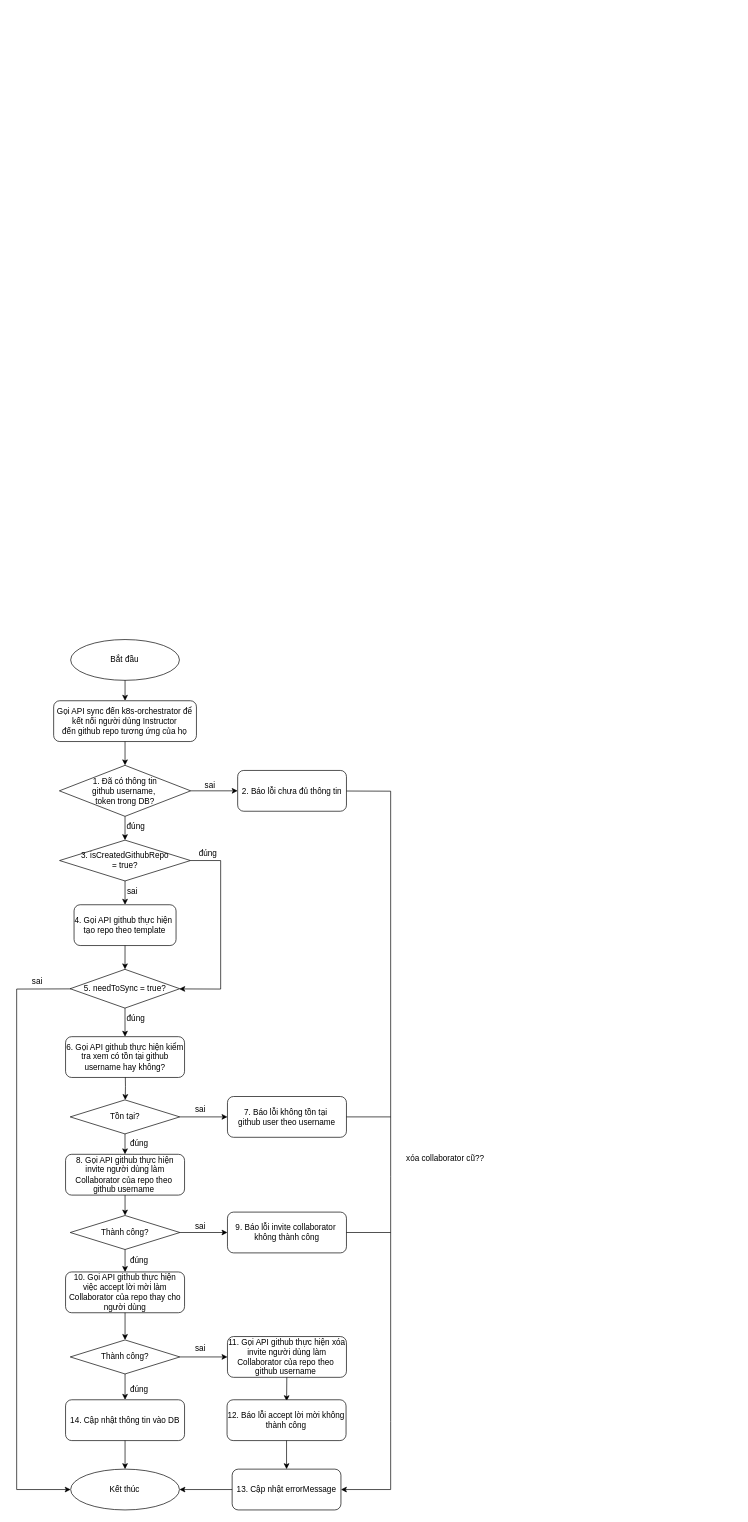
This is page "connect github repo" (6 of 7) of K8SCloudNut.drawio from hiep1097/drawio, a draw.io file, before an edit. Source tidied: cells renumbered, new cells numbered last; positions are measured from the earlier drawing's top-left corner, leaving out a move shared by most shapes. Both pictures are drawn from the tidied source at 68%, with x=0, y=0 at pixel (16, 639).
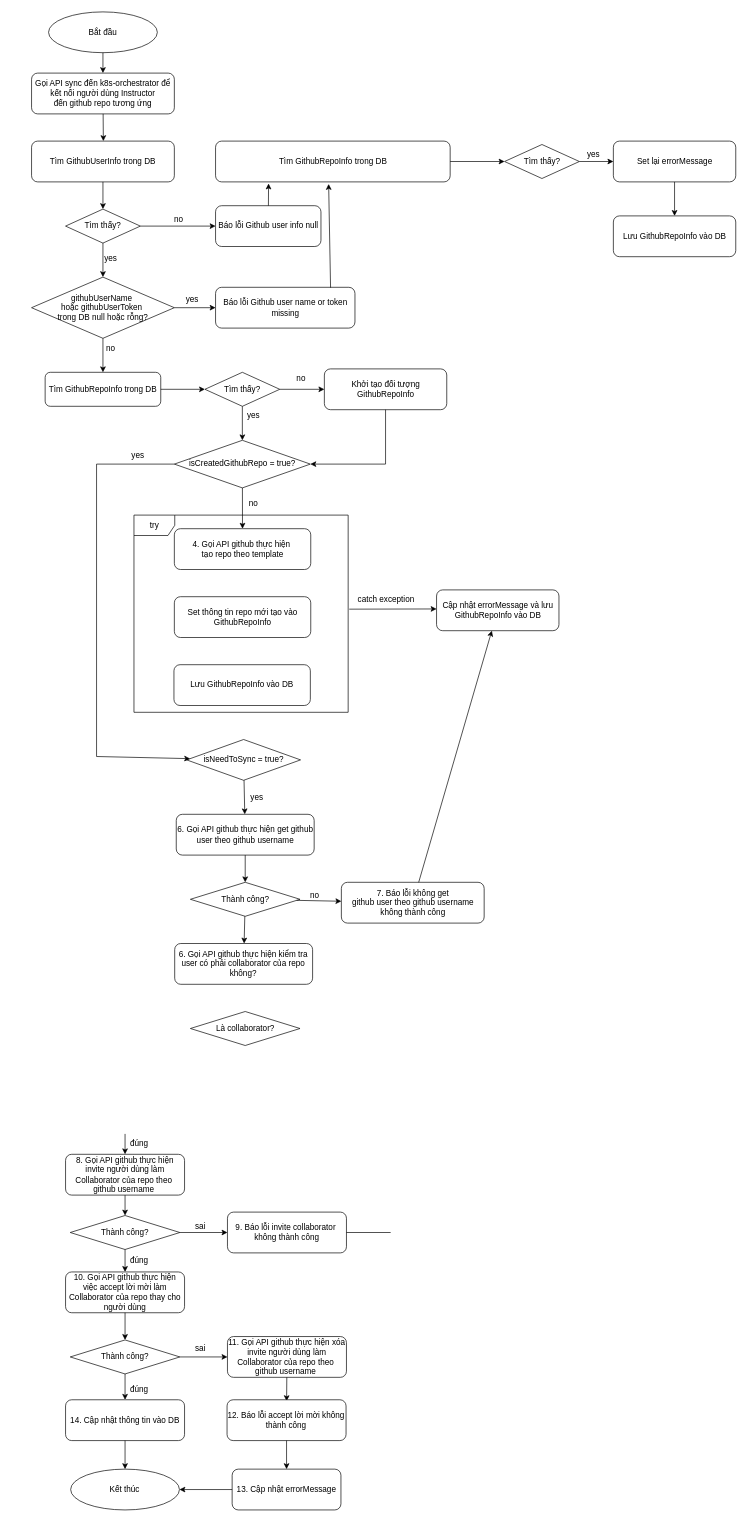
After the change.

Commit message:
Cập nhật K8SCloudNut.drawio

The change refers to these unchanged cells:
```xml
<mxCell id="13" value="8. Gọi API github thực hiện invite người dùng làm Collaborator của repo theo&amp;nbsp;&lt;div&gt;github username&amp;nbsp;&lt;/div&gt;" style="rounded=1;whiteSpace=wrap;html=1;" parent="1" vertex="1">
  <mxGeometry x="71.9" y="757" width="175" height="60" as="geometry" />
</mxCell>
<mxCell id="15" value="Kết thúc" style="ellipse;whiteSpace=wrap;html=1;" parent="1" vertex="1">
  <mxGeometry x="79.4" y="1220" width="160" height="60" as="geometry" />
</mxCell>
<mxCell id="20" value="13. Cập nhật errorMessage" style="rounded=1;whiteSpace=wrap;html=1;" parent="1" vertex="1">
  <mxGeometry x="316.9" y="1220" width="160" height="60" as="geometry" />
</mxCell>
```

Change to the diagram source:
```diff
@@
     <mxCell id="2" value="Bắt đầu" style="ellipse;whiteSpace=wrap;html=1;" parent="1" vertex="1">
-      <mxGeometry x="79.4" width="160" height="60" as="geometry" />
+      <mxGeometry x="46.9" y="-923" width="160" height="60" as="geometry" />
     </mxCell>
-    <mxCell id="3" value="Gọi API sync đến k8s-orchestrator để kết nối người dùng Instructor đến&amp;nbsp;&lt;span style=&quot;background-color: initial;&quot;&gt;github repo&amp;nbsp;&lt;/span&gt;&lt;span style=&quot;background-color: initial;&quot;&gt;tương ứng của họ&lt;/span&gt;" style="rounded=1;whiteSpace=wrap;html=1;" parent="1" vertex="1">
-      <mxGeometry x="54.4" y="90" width="210" height="60" as="geometry" />
+    <mxCell id="3" value="Gọi API sync đến k8s-orchestrator để kết nối người dùng Instructor đến&amp;nbsp;&lt;span style=&quot;background-color: initial;&quot;&gt;github repo&amp;nbsp;&lt;/span&gt;&lt;span style=&quot;background-color: initial;&quot;&gt;tương ứng&lt;/span&gt;" style="rounded=1;whiteSpace=wrap;html=1;" parent="1" vertex="1">
+      <mxGeometry x="21.9" y="-833" width="210" height="60" as="geometry" />
     </mxCell>
-    <mxCell id="4" value="1. Đã có thông tin&lt;div&gt;&lt;span style=&quot;background-color: initial;&quot;&gt;github username,&amp;nbsp;&lt;/span&gt;&lt;div&gt;&lt;span style=&quot;background-color: initial;&quot;&gt;token trong DB?&lt;/span&gt;&lt;/div&gt;&lt;/div&gt;" style="rhombus;whiteSpace=wrap;html=1;" parent="1" vertex="1">
-      <mxGeometry x="62.8" y="185" width="193.1" height="75" as="geometry" />
-    </mxCell>
-    <mxCell id="5" value="2. Báo lỗi chưa đủ thông tin" style="rounded=1;whiteSpace=wrap;html=1;" parent="1" vertex="1">
-      <mxGeometry x="325" y="192.5" width="160" height="60" as="geometry" />
-    </mxCell>
-    <mxCell id="6" value="4. Gọi API github thực hiện&amp;nbsp;&lt;div&gt;tạo repo theo template&lt;/div&gt;" style="rounded=1;whiteSpace=wrap;html=1;" parent="1" vertex="1">
-      <mxGeometry x="84.4" y="390" width="150" height="60" as="geometry" />
-    </mxCell>
-    <mxCell id="7" value="3. isCreatedGithubRepo&lt;div&gt;= true?&lt;/div&gt;" style="rhombus;whiteSpace=wrap;html=1;" parent="1" vertex="1">
-      <mxGeometry x="63.1" y="295" width="192.5" height="60" as="geometry" />
-    </mxCell>
@@
-    <mxCell id="9" style="endArrow=classic;html=1;rounded=0;" parent="1" edge="1" source="3" target="4">
-      <mxGeometry relative="1" as="geometry" />
+    <mxCell id="9" style="endArrow=classic;html=1;rounded=0;" parent="1" edge="1" source="3">
+      <mxGeometry relative="1" as="geometry">
+        <mxPoint x="127.5" y="-733" as="targetPoint" />
+      </mxGeometry>
     </mxCell>
-    <mxCell id="10" style="endArrow=classic;html=1;rounded=0;" parent="1" edge="1" source="4" target="7">
-      <mxGeometry relative="1" as="geometry" />
-    </mxCell>
-    <mxCell id="11" style="endArrow=classic;html=1;rounded=0;" parent="1" edge="1" source="4" target="5">
-      <mxGeometry relative="1" as="geometry" />
-    </mxCell>
-    <mxCell id="12" style="endArrow=classic;html=1;rounded=0;" parent="1" edge="1" source="7" target="6">
-      <mxGeometry relative="1" as="geometry" />
-    </mxCell>
@@
-    <mxCell id="16" style="endArrow=classic;html=1;rounded=0;" parent="1" edge="1" source="6" target="23">
-      <mxGeometry relative="1" as="geometry" />
-    </mxCell>
@@
-    <mxCell id="18" value="đúng" style="text;html=1;align=center;verticalAlign=middle;strokeColor=none;fillColor=none;" parent="1" vertex="1">
-      <mxGeometry x="150" y="260" width="50" height="30" as="geometry" />
-    </mxCell>
-    <mxCell id="19" value="sai" style="text;html=1;align=center;verticalAlign=middle;strokeColor=none;fillColor=none;" parent="1" vertex="1">
-      <mxGeometry x="264.4" y="200" width="40" height="30" as="geometry" />
-    </mxCell>
@@
-    <mxCell id="21" style="endArrow=classic;html=1;rounded=0;" parent="1" edge="1" source="5" target="20">
-      <mxGeometry relative="1" as="geometry">
-        <Array as="points">
-          <mxPoint x="550" y="223" />
-          <mxPoint x="550" y="790" />
-          <mxPoint x="550" y="1150" />
-          <mxPoint x="550" y="1250" />
-        </Array>
-      </mxGeometry>
-    </mxCell>
@@
-    <mxCell id="23" value="5. needToSync = true?" style="rhombus;whiteSpace=wrap;html=1;" parent="1" vertex="1">
-      <mxGeometry x="78.7" y="485" width="161.2" height="57" as="geometry" />
-    </mxCell>
-    <mxCell id="24" value="6. Gọi API github thực hiện kiểm tra xem có tồn tại github username hay không?" style="rounded=1;whiteSpace=wrap;html=1;" parent="1" vertex="1">
-      <mxGeometry x="71.9" y="584" width="175" height="60" as="geometry" />
-    </mxCell>
-    <mxCell id="25" value="Tồn tại?" style="rhombus;whiteSpace=wrap;html=1;" parent="1" vertex="1">
-      <mxGeometry x="78.7" y="677" width="161.2" height="50" as="geometry" />
-    </mxCell>
@@
-    <mxCell id="29" style="endArrow=classic;html=1;rounded=0;" parent="1" edge="1" source="23" target="24">
-      <mxGeometry relative="1" as="geometry" />
-    </mxCell>
-    <mxCell id="30" style="endArrow=classic;html=1;rounded=0;" parent="1" edge="1" source="24" target="25">
-      <mxGeometry relative="1" as="geometry">
-        <Array as="points">
-          <mxPoint x="160" y="657" />
-        </Array>
-      </mxGeometry>
-    </mxCell>
-    <mxCell id="31" value="sai" style="text;html=1;align=center;verticalAlign=middle;strokeColor=none;fillColor=none;" parent="1" vertex="1">
-      <mxGeometry x="150" y="355" width="40" height="30" as="geometry" />
-    </mxCell>
-    <mxCell id="32" value="đúng" style="text;html=1;align=center;verticalAlign=middle;strokeColor=none;fillColor=none;" parent="1" vertex="1">
-      <mxGeometry x="150" y="542" width="50" height="30" as="geometry" />
-    </mxCell>
-    <mxCell id="33" style="endArrow=classic;html=1;rounded=0;" parent="1" edge="1" source="25" target="13">
-      <mxGeometry relative="1" as="geometry" />
+    <mxCell id="33" style="endArrow=classic;html=1;rounded=0;" parent="1" edge="1" target="13">
+      <mxGeometry relative="1" as="geometry">
+        <mxPoint x="159.4" y="727" as="sourcePoint" />
+      </mxGeometry>
     </mxCell>
@@
-    <mxCell id="43" style="endArrow=classic;html=1;rounded=0;" parent="1" edge="1" source="23" target="15">
-      <mxGeometry relative="1" as="geometry">
-        <Array as="points">
-          <mxPoint y="514" />
-          <mxPoint y="1250" />
-        </Array>
-      </mxGeometry>
-    </mxCell>
-    <mxCell id="44" value="sai" style="text;html=1;align=center;verticalAlign=middle;strokeColor=none;fillColor=none;" parent="1" vertex="1">
-      <mxGeometry x="10" y="488" width="40" height="30" as="geometry" />
-    </mxCell>
-    <mxCell id="45" style="endArrow=classic;html=1;rounded=0;" parent="1" edge="1" source="7" target="23">
-      <mxGeometry relative="1" as="geometry">
-        <Array as="points">
-          <mxPoint x="300" y="325" />
-          <mxPoint x="300" y="514" />
-        </Array>
-      </mxGeometry>
-    </mxCell>
-    <mxCell id="46" value="đúng" style="text;html=1;align=center;verticalAlign=middle;strokeColor=none;fillColor=none;" parent="1" vertex="1">
-      <mxGeometry x="255.6" y="300" width="50" height="30" as="geometry" />
-    </mxCell>
-    <mxCell id="47" value="7. Báo lỗi không tồn tại&amp;nbsp;&lt;div&gt;github user theo username&lt;/div&gt;" style="rounded=1;whiteSpace=wrap;html=1;" parent="1" vertex="1">
-      <mxGeometry x="310" y="672" width="175" height="60" as="geometry" />
-    </mxCell>
-    <mxCell id="48" style="endArrow=classic;html=1;rounded=0;" parent="1" edge="1" source="25" target="47">
-      <mxGeometry relative="1" as="geometry" />
-    </mxCell>
-    <mxCell id="49" value="sai" style="text;html=1;align=center;verticalAlign=middle;strokeColor=none;fillColor=none;" parent="1" vertex="1">
-      <mxGeometry x="250" y="677" width="40" height="30" as="geometry" />
-    </mxCell>
-    <mxCell id="50" style="endArrow=none;html=1;rounded=0;" parent="1" edge="1" source="47">
-      <mxGeometry relative="1" as="geometry">
-        <mxPoint x="550" y="702" as="targetPoint" />
-      </mxGeometry>
-    </mxCell>
@@
-    <mxCell id="59" value="xóa collaborator cũ??" style="text;html=1;align=center;verticalAlign=middle;strokeColor=none;fillColor=none;" parent="1" vertex="1">
-      <mxGeometry x="560" y="748" width="140" height="30" as="geometry" />
-    </mxCell>
+    <mxCell id="60" value="Tìm GithubUserInfo trong DB" style="rounded=1;whiteSpace=wrap;html=1;" parent="1" vertex="1">
+      <mxGeometry x="21.9" y="-733" width="210" height="60" as="geometry" />
+    </mxCell>
+    <mxCell id="61" value="Tìm GithubRepoInfo trong DB" style="rounded=1;whiteSpace=wrap;html=1;" parent="1" vertex="1">
+      <mxGeometry x="292.5" y="-733" width="345" height="60" as="geometry" />
+    </mxCell>
+    <mxCell id="62" value="Tìm thấy?" style="rhombus;whiteSpace=wrap;html=1;" parent="1" vertex="1">
+      <mxGeometry x="71.9" y="-633" width="110" height="50" as="geometry" />
+    </mxCell>
+    <mxCell id="63" value="Tìm thấy?" style="rhombus;whiteSpace=wrap;html=1;" parent="1" vertex="1">
+      <mxGeometry x="717.5" y="-728" width="110" height="50" as="geometry" />
+    </mxCell>
+    <mxCell id="64" style="endArrow=classic;html=1;rounded=0;" parent="1" edge="1" source="62" target="68">
+      <mxGeometry relative="1" as="geometry" />
+    </mxCell>
+    <mxCell id="65" style="endArrow=classic;html=1;rounded=0;" parent="1" edge="1" source="60" target="62">
+      <mxGeometry relative="1" as="geometry" />
+    </mxCell>
+    <mxCell id="66" style="endArrow=classic;html=1;rounded=0;" parent="1" edge="1" source="61" target="63">
+      <mxGeometry relative="1" as="geometry" />
+    </mxCell>
+    <mxCell id="67" value="no" style="text;html=1;align=center;verticalAlign=middle;strokeColor=none;fillColor=none;" parent="1" vertex="1">
+      <mxGeometry x="217.5" y="-633" width="40" height="30" as="geometry" />
+    </mxCell>
+    <mxCell id="68" value="Báo lỗi Github user info null" style="rounded=1;whiteSpace=wrap;html=1;" parent="1" vertex="1">
+      <mxGeometry x="292.5" y="-638" width="155" height="60" as="geometry" />
+    </mxCell>
+    <mxCell id="69" style="endArrow=classic;html=1;rounded=0;entryX=0.226;entryY=1.04;entryDx=0;entryDy=0;entryPerimeter=0;" parent="1" edge="1" source="68" target="61">
+      <mxGeometry relative="1" as="geometry" />
+    </mxCell>
+    <mxCell id="70" value="Set lại errorMessage" style="rounded=1;whiteSpace=wrap;html=1;" parent="1" vertex="1">
+      <mxGeometry x="877.5" y="-733" width="180" height="60" as="geometry" />
+    </mxCell>
+    <mxCell id="71" value="Lưu GithubRepoInfo vào DB" style="rounded=1;whiteSpace=wrap;html=1;" parent="1" vertex="1">
+      <mxGeometry x="877.5" y="-623" width="180" height="60" as="geometry" />
+    </mxCell>
+    <mxCell id="72" style="endArrow=classic;html=1;rounded=0;" parent="1" edge="1" source="63" target="70">
+      <mxGeometry relative="1" as="geometry" />
+    </mxCell>
+    <mxCell id="73" style="endArrow=classic;html=1;rounded=0;" parent="1" edge="1" source="70" target="71">
+      <mxGeometry relative="1" as="geometry" />
+    </mxCell>
+    <mxCell id="74" value="yes" style="text;html=1;align=center;verticalAlign=middle;strokeColor=none;fillColor=none;" parent="1" vertex="1">
+      <mxGeometry x="827.5" y="-728" width="40" height="30" as="geometry" />
+    </mxCell>
+    <mxCell id="75" value="githubUserName&amp;nbsp;&lt;div&gt;hoặc&amp;nbsp;&lt;span style=&quot;background-color: initial;&quot;&gt;githubUserToken&amp;nbsp;&lt;/span&gt;&lt;div&gt;trong DB&amp;nbsp;&lt;span style=&quot;background-color: initial;&quot;&gt;null&amp;nbsp;&lt;/span&gt;&lt;span style=&quot;background-color: initial;&quot;&gt;hoặc&amp;nbsp;&lt;/span&gt;&lt;span style=&quot;background-color: initial;&quot;&gt;rỗng?&lt;/span&gt;&lt;/div&gt;&lt;/div&gt;" style="rhombus;whiteSpace=wrap;html=1;" parent="1" vertex="1">
+      <mxGeometry x="21.9" y="-533" width="210" height="90" as="geometry" />
+    </mxCell>
+    <mxCell id="76" style="endArrow=classic;html=1;rounded=0;" parent="1" edge="1" source="62" target="75">
+      <mxGeometry relative="1" as="geometry" />
+    </mxCell>
+    <mxCell id="77" value="Báo lỗi Github user name or token missing" style="rounded=1;whiteSpace=wrap;html=1;" parent="1" vertex="1">
+      <mxGeometry x="292.5" y="-518" width="205" height="60" as="geometry" />
+    </mxCell>
+    <mxCell id="78" style="endArrow=classic;html=1;rounded=0;" parent="1" edge="1" source="75" target="77">
+      <mxGeometry relative="1" as="geometry" />
+    </mxCell>
+    <mxCell id="79" style="endArrow=classic;html=1;rounded=0;exitX=0.825;exitY=0.008;exitDx=0;exitDy=0;exitPerimeter=0;entryX=0.482;entryY=1.051;entryDx=0;entryDy=0;entryPerimeter=0;" parent="1" edge="1" source="77" target="61">
+      <mxGeometry relative="1" as="geometry" />
+    </mxCell>
+    <mxCell id="80" value="yes" style="text;html=1;align=center;verticalAlign=middle;strokeColor=none;fillColor=none;" parent="1" vertex="1">
+      <mxGeometry x="117.5" y="-575" width="40" height="30" as="geometry" />
+    </mxCell>
+    <mxCell id="81" value="yes" style="text;html=1;align=center;verticalAlign=middle;strokeColor=none;fillColor=none;" parent="1" vertex="1">
+      <mxGeometry x="237.5" y="-515" width="40" height="30" as="geometry" />
+    </mxCell>
+    <mxCell id="82" value="no" style="text;html=1;align=center;verticalAlign=middle;strokeColor=none;fillColor=none;" parent="1" vertex="1">
+      <mxGeometry x="117.5" y="-443" width="40" height="30" as="geometry" />
+    </mxCell>
+    <mxCell id="83" value="Khởi tạo đối tượng GithubRepoInfo" style="rounded=1;whiteSpace=wrap;html=1;" parent="1" vertex="1">
+      <mxGeometry x="452.5" y="-398" width="180" height="60" as="geometry" />
+    </mxCell>
+    <mxCell id="84" value="Tìm GithubRepoInfo trong DB" style="rounded=1;whiteSpace=wrap;html=1;" parent="1" vertex="1">
+      <mxGeometry x="41.9" y="-393" width="170" height="50" as="geometry" />
+    </mxCell>
+    <mxCell id="85" style="endArrow=classic;html=1;rounded=0;" parent="1" edge="1" source="75" target="84">
+      <mxGeometry relative="1" as="geometry" />
+    </mxCell>
+    <mxCell id="86" value="Tìm thấy?" style="rhombus;whiteSpace=wrap;html=1;" parent="1" vertex="1">
+      <mxGeometry x="276.9" y="-393" width="110" height="50" as="geometry" />
+    </mxCell>
+    <mxCell id="87" style="endArrow=classic;html=1;rounded=0;" parent="1" edge="1" source="84" target="86">
+      <mxGeometry relative="1" as="geometry" />
+    </mxCell>
+    <mxCell id="88" style="endArrow=classic;html=1;rounded=0;" parent="1" edge="1" source="86" target="83">
+      <mxGeometry relative="1" as="geometry" />
+    </mxCell>
+    <mxCell id="89" value="no" style="text;html=1;align=center;verticalAlign=middle;strokeColor=none;fillColor=none;" parent="1" vertex="1">
+      <mxGeometry x="397.5" y="-398" width="40" height="30" as="geometry" />
+    </mxCell>
+    <mxCell id="90" value="isCreatedGithubRepo = true?" style="rhombus;whiteSpace=wrap;html=1;" parent="1" vertex="1">
+      <mxGeometry x="231.9" y="-293" width="200" height="70" as="geometry" />
+    </mxCell>
+    <mxCell id="91" style="endArrow=classic;html=1;rounded=0;" parent="1" edge="1" source="86" target="90">
+      <mxGeometry relative="1" as="geometry" />
+    </mxCell>
+    <mxCell id="92" style="endArrow=classic;html=1;rounded=0;" parent="1" edge="1" source="83" target="90">
+      <mxGeometry relative="1" as="geometry">
+        <Array as="points">
+          <mxPoint x="542.5" y="-258" />
+        </Array>
+      </mxGeometry>
+    </mxCell>
+    <mxCell id="93" value="yes" style="text;html=1;align=center;verticalAlign=middle;strokeColor=none;fillColor=none;" parent="1" vertex="1">
+      <mxGeometry x="327.5" y="-345" width="40" height="30" as="geometry" />
+    </mxCell>
+    <mxCell id="6" value="4. Gọi API github thực hiện&amp;nbsp;&lt;div&gt;tạo repo theo template&lt;/div&gt;" style="rounded=1;whiteSpace=wrap;html=1;" parent="1" vertex="1">
+      <mxGeometry x="231.9" y="-163" width="200.6" height="60" as="geometry" />
+    </mxCell>
+    <mxCell id="94" style="endArrow=classic;html=1;rounded=0;" parent="1" edge="1" source="90" target="6">
+      <mxGeometry relative="1" as="geometry" />
+    </mxCell>
+    <mxCell id="95" value="Set thông tin repo mới tạo vào GithubRepoInfo" style="rounded=1;whiteSpace=wrap;html=1;" parent="1" vertex="1">
+      <mxGeometry x="231.9" y="-63" width="200.6" height="60" as="geometry" />
+    </mxCell>
+    <mxCell id="96" value="Lưu GithubRepoInfo vào DB" style="rounded=1;whiteSpace=wrap;html=1;" parent="1" vertex="1">
+      <mxGeometry x="231.3" y="37" width="200.6" height="60" as="geometry" />
+    </mxCell>
+    <mxCell id="97" value="try" style="shape=umlFrame;whiteSpace=wrap;html=1;" parent="1" vertex="1">
+      <mxGeometry x="172.5" y="-183" width="315" height="290" as="geometry" />
+    </mxCell>
+    <mxCell id="98" style="endArrow=classic;html=1;rounded=0;exitX=1.005;exitY=0.477;exitDx=0;exitDy=0;exitPerimeter=0;" parent="1" edge="1" source="97">
+      <mxGeometry relative="1" as="geometry">
+        <mxPoint x="617.5" y="-45" as="targetPoint" />
+      </mxGeometry>
+    </mxCell>
+    <mxCell id="99" value="catch exception" style="text;html=1;align=center;verticalAlign=middle;strokeColor=none;fillColor=none;" parent="1" vertex="1">
+      <mxGeometry x="487.5" y="-73" width="110" height="30" as="geometry" />
+    </mxCell>
+    <mxCell id="100" value="Cập nhật errorMessage và lưu GithubRepoInfo vào DB" style="rounded=1;whiteSpace=wrap;html=1;" parent="1" vertex="1">
+      <mxGeometry x="617.5" y="-73" width="180" height="60" as="geometry" />
+    </mxCell>
+    <mxCell id="101" value="isNeedToSync = true?" style="rhombus;whiteSpace=wrap;html=1;" parent="1" vertex="1">
+      <mxGeometry x="250" y="147" width="167.5" height="60" as="geometry" />
+    </mxCell>
+    <mxCell id="102" value="no" style="text;html=1;align=center;verticalAlign=middle;strokeColor=none;fillColor=none;" parent="1" vertex="1">
+      <mxGeometry x="327.5" y="-215" width="40" height="30" as="geometry" />
+    </mxCell>
+    <mxCell id="103" style="endArrow=classic;html=1;rounded=0;" parent="1" edge="1" source="90" target="101">
+      <mxGeometry relative="1" as="geometry">
+        <Array as="points">
+          <mxPoint x="117.5" y="-258" />
+          <mxPoint x="117.5" y="172" />
+        </Array>
+      </mxGeometry>
+    </mxCell>
+    <mxCell id="104" value="yes" style="text;html=1;align=center;verticalAlign=middle;strokeColor=none;fillColor=none;" parent="1" vertex="1">
+      <mxGeometry x="157.5" y="-285" width="40" height="30" as="geometry" />
+    </mxCell>
+    <mxCell id="105" value="6. Gọi API github thực hiện get github user theo github username" style="rounded=1;whiteSpace=wrap;html=1;" parent="1" vertex="1">
+      <mxGeometry x="234.7" y="257" width="202.8" height="60" as="geometry" />
+    </mxCell>
+    <mxCell id="106" value="Thành công?" style="rhombus;whiteSpace=wrap;html=1;" parent="1" vertex="1">
+      <mxGeometry x="255.5" y="357" width="161.2" height="50" as="geometry" />
+    </mxCell>
+    <mxCell id="107" style="endArrow=classic;html=1;rounded=0;" parent="1" edge="1" source="101" target="105">
+      <mxGeometry relative="1" as="geometry" />
+    </mxCell>
+    <mxCell id="108" value="yes" style="text;html=1;align=center;verticalAlign=middle;strokeColor=none;fillColor=none;" parent="1" vertex="1">
+      <mxGeometry x="332.5" y="217" width="40" height="30" as="geometry" />
+    </mxCell>
+    <mxCell id="109" value="7. Báo lỗi không get&lt;div&gt;github user theo github username không thành công&lt;/div&gt;" style="rounded=1;whiteSpace=wrap;html=1;" parent="1" vertex="1">
+      <mxGeometry x="477.5" y="357" width="210" height="60" as="geometry" />
+    </mxCell>
+    <mxCell id="110" style="endArrow=classic;html=1;rounded=0;" parent="1" edge="1" source="106" target="109">
+      <mxGeometry relative="1" as="geometry" />
+    </mxCell>
+    <mxCell id="111" value="no" style="text;html=1;align=center;verticalAlign=middle;strokeColor=none;fillColor=none;" parent="1" vertex="1">
+      <mxGeometry x="417.5" y="362" width="40" height="30" as="geometry" />
+    </mxCell>
+    <mxCell id="112" style="endArrow=classic;html=1;rounded=0;" parent="1" edge="1" source="105" target="106">
+      <mxGeometry relative="1" as="geometry" />
+    </mxCell>
+    <mxCell id="113" style="endArrow=classic;html=1;rounded=0;" parent="1" edge="1" source="109" target="100">
+      <mxGeometry relative="1" as="geometry" />
+    </mxCell>
+    <mxCell id="114" value="6. Gọi API github thực hiện kiểm tra user có phải collaborator của repo không?" style="rounded=1;whiteSpace=wrap;html=1;" parent="1" vertex="1">
+      <mxGeometry x="232.4" y="447" width="202.8" height="60" as="geometry" />
+    </mxCell>
+    <mxCell id="115" value="Là collaborator?" style="rhombus;whiteSpace=wrap;html=1;" parent="1" vertex="1">
+      <mxGeometry x="255.5" y="547" width="161.2" height="50" as="geometry" />
+    </mxCell>
+    <mxCell id="116" style="endArrow=classic;html=1;rounded=0;" parent="1" edge="1" source="106" target="114">
+      <mxGeometry relative="1" as="geometry" />
+    </mxCell>
```
